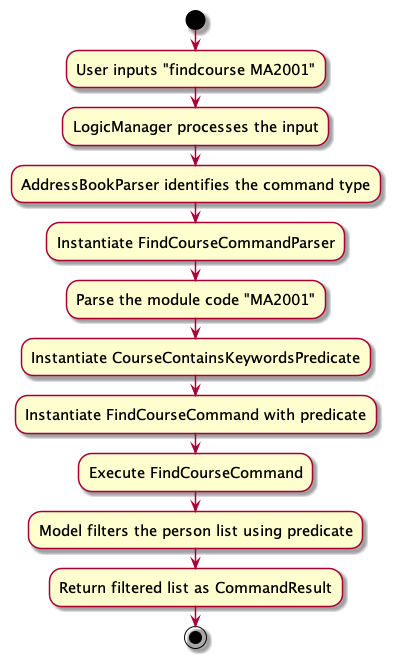
Above: docs/images/FindcourseActivityDiagram.png in tanteckfang/tp (PlantUML), before the change.
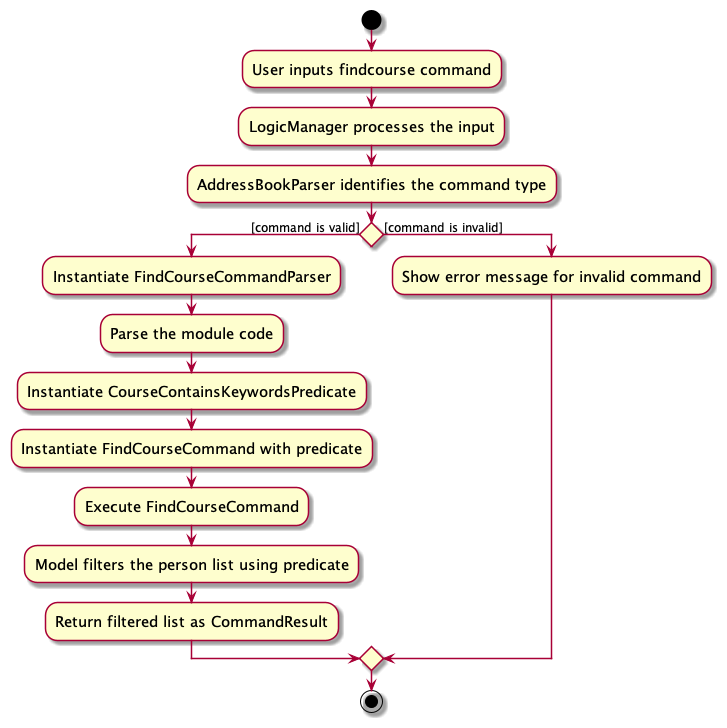
The same file after the commit.

Diff of the diagram source:
```diff
@@ -5,25 +5,31 @@
 
 start
 
-:User inputs "findcourse MA2001";
+:User inputs findcourse command;
 
 :LogicManager processes the input;
 
 :AddressBookParser identifies the command type;
 
-:Instantiate FindCourseCommandParser;
+if () then ([command is valid])
+    :Instantiate FindCourseCommandParser;
 
-:Parse the module code "MA2001";
+    :Parse the module code;
 
-:Instantiate CourseContainsKeywordsPredicate;
 
-:Instantiate FindCourseCommand with predicate;
+        :Instantiate CourseContainsKeywordsPredicate;
 
-:Execute FindCourseCommand;
+        :Instantiate FindCourseCommand with predicate;
 
-:Model filters the person list using predicate;
+        :Execute FindCourseCommand;
 
-:Return filtered list as CommandResult;
+        :Model filters the person list using predicate;
+
+        :Return filtered list as CommandResult;
+
+else ([command is invalid])
+    :Show error message for invalid command;
+endif
 
 stop
 
```
